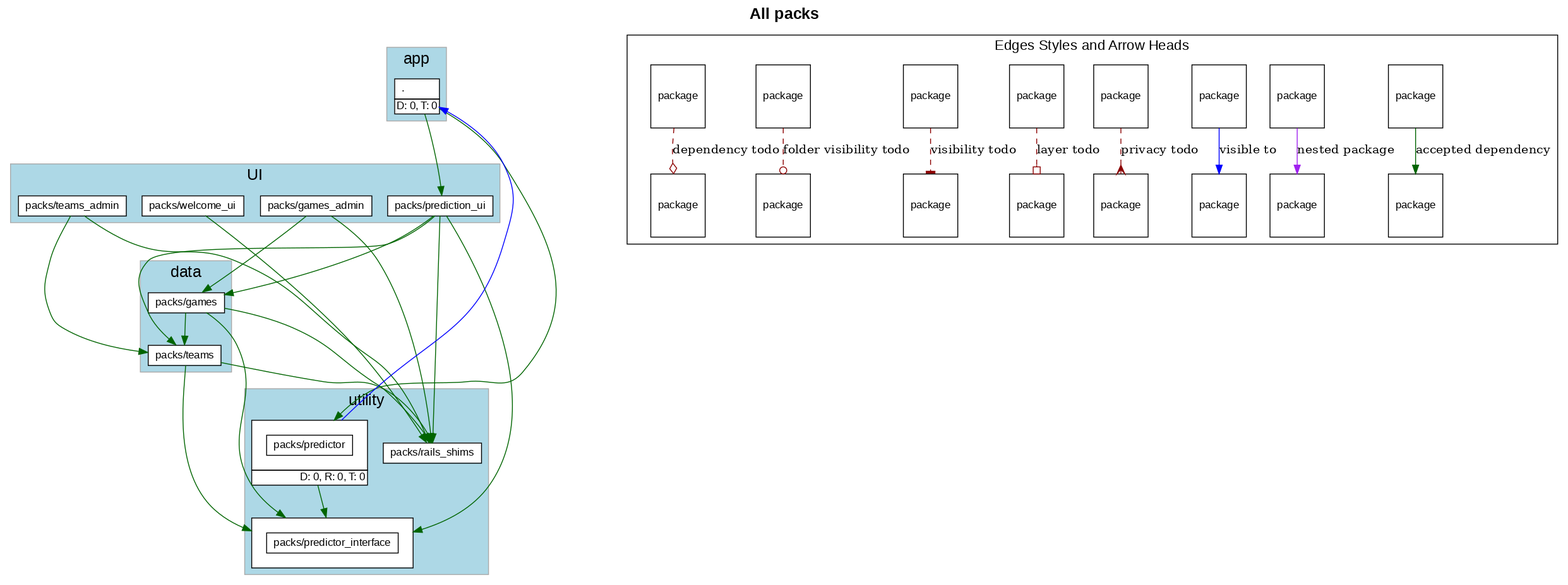
Earlier version of the Graphviz export diagrams/all_packs.png (shageman/package-based-rails-applications). Its source is kept beside it as diagrams/all_packs.dot.
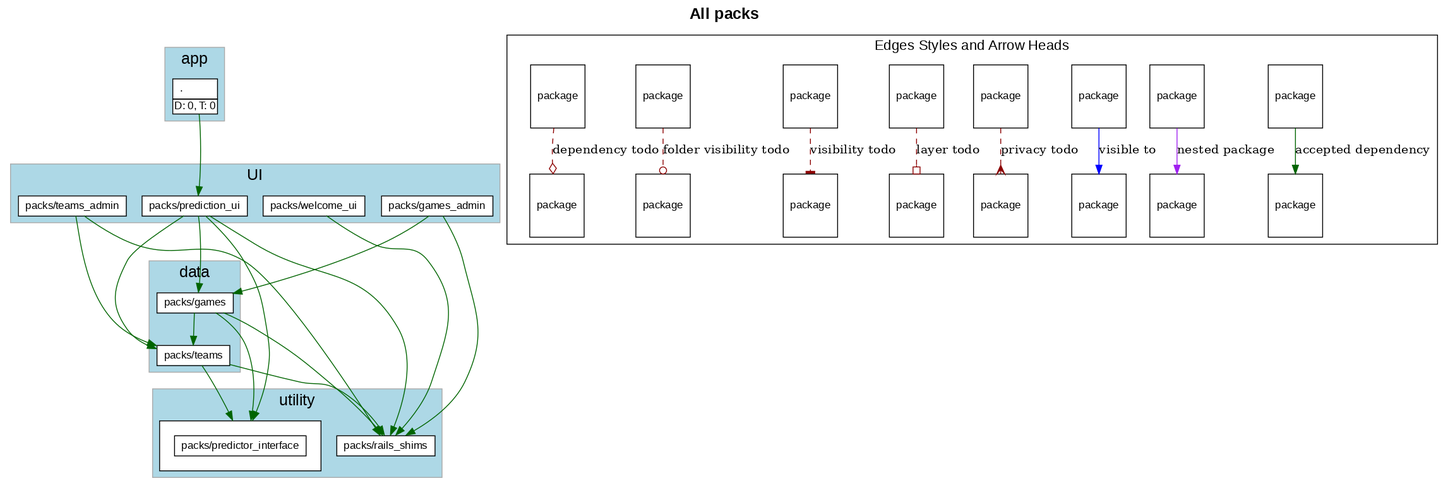
The same diagram one commit later.

Diff of the diagram source:
```diff
@@ -125,20 +125,7 @@
       style=filled
         label="utility"
         cluster=true
-        rank = 3        "packs/predictor" [
-            fontsize=12.0
-            label= <
-                <table border='0' cellborder='1' cellspacing='0' cellpadding='16'><tr><td>
-                  <table border='0' cellborder='1' cellspacing='0' cellpadding='4'>
-                    <tr> <td port='private'> packs/predictor </td> </tr>
-                  </table>
-                  </td></tr>
-                  <tr><td CELLPADDING='1' ALIGN='RIGHT'>D: 0, R: 0, T: 0</td></tr>
-                  </table>
-              >
-          ]
-
-        "packs/predictor_interface" [
+        rank = 3        "packs/predictor_interface" [
             fontsize=12.0
             label= <
                 <table border='0' cellborder='1' cellspacing='0' cellpadding='16'><tr><td>
@@ -160,8 +147,6 @@
           ]
 
     }
-              "packs/games" -> "packs/predictor" [ style=invis ]
-              "packs/teams" -> "packs/predictor" [ style=invis ]
               "packs/games" -> "packs/predictor_interface" [ style=invis ]
               "packs/teams" -> "packs/predictor_interface" [ style=invis ]
               "packs/games" -> "packs/rails_shims" [ style=invis ]
@@ -174,7 +159,6 @@
         cluster=false
     }
           "." -> "packs/prediction_ui" [ color=darkgreen ]
-          "." -> "packs/predictor" [ color=darkgreen ]
           "packs/games" -> "packs/predictor_interface" [ color=darkgreen ]
           "packs/games" -> "packs/rails_shims" [ color=darkgreen ]
           "packs/games" -> "packs/teams" [ color=darkgreen ]
@@ -184,13 +168,11 @@
           "packs/prediction_ui" -> "packs/predictor_interface" [ color=darkgreen ]
           "packs/prediction_ui" -> "packs/rails_shims" [ color=darkgreen ]
           "packs/prediction_ui" -> "packs/teams" [ color=darkgreen ]
-          "packs/predictor" -> "packs/predictor_interface" [ color=darkgreen ]
           "packs/teams" -> "packs/predictor_interface" [ color=darkgreen ]
           "packs/teams" -> "packs/rails_shims" [ color=darkgreen ]
           "packs/teams_admin" -> "packs/rails_shims" [ color=darkgreen ]
           "packs/teams_admin" -> "packs/teams" [ color=darkgreen ]
           "packs/welcome_ui" -> "packs/rails_shims" [ color=darkgreen ]
-        "packs/predictor" -> "." [ color=blue constraint=false ]
     subgraph cluster_legend {
       fontsize=16
       label="Edges Styles and Arrow Heads"
```
